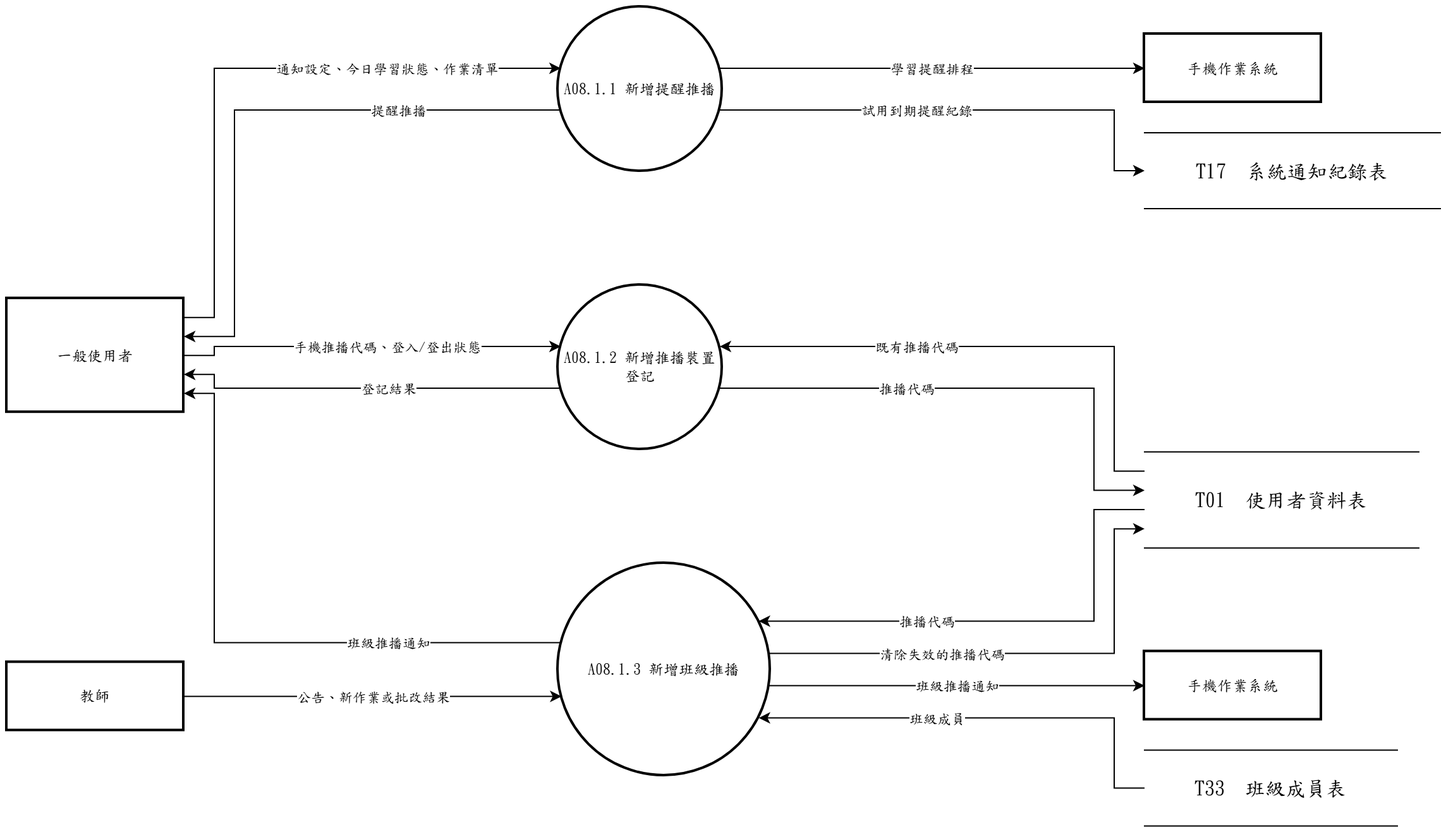
This is 系統文件/第6章/DFD圖/圖8/新/圖8.1.drawio.png from s22452007/115502, a draw.io export, as it was before one commit. Source tidied: cells renumbered, new cells last; positions are measured from the earlier drawing's top-left corner, leaving out a move shared by most shapes.
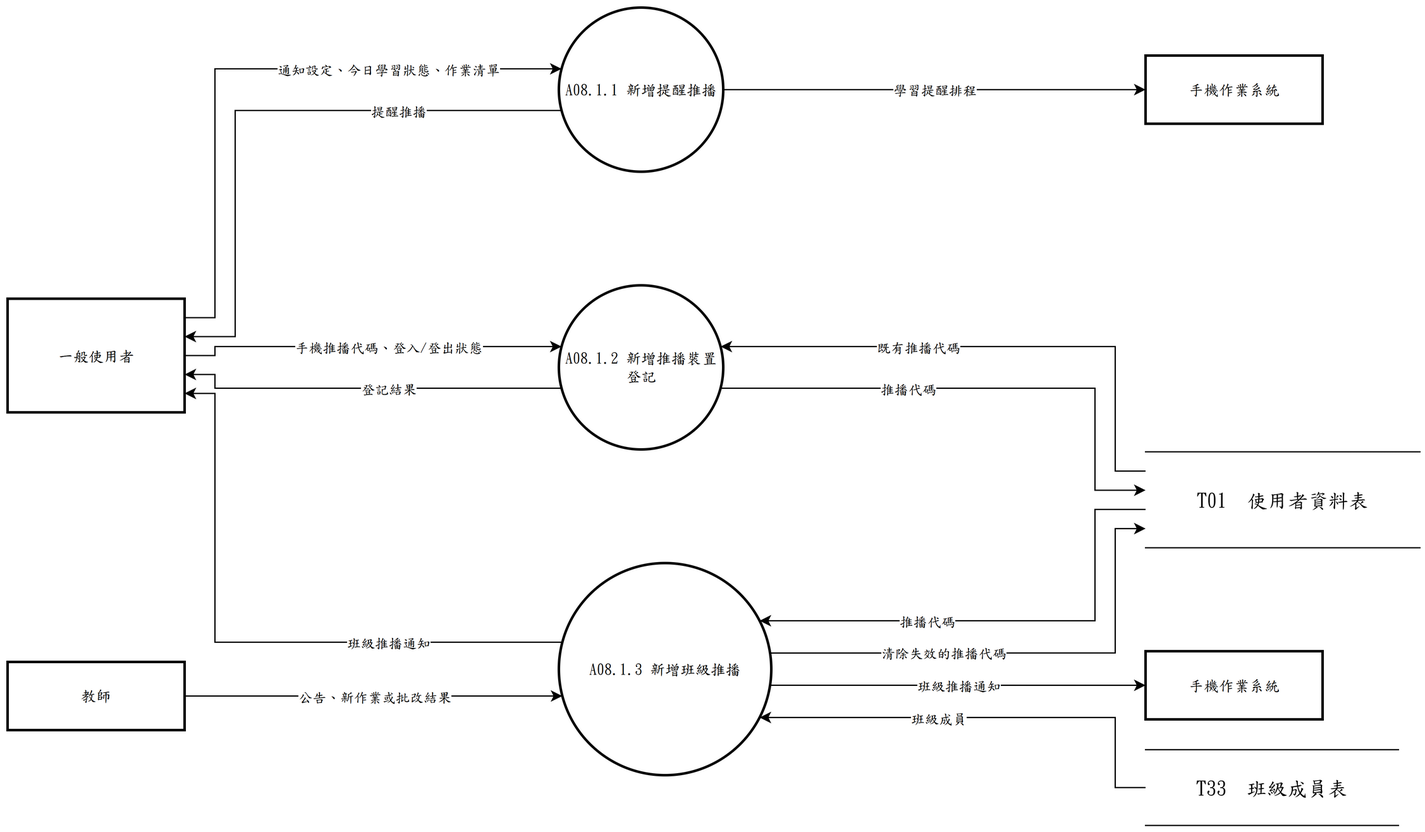
Later version of the same file.

Change to the diagram source:
```diff
@@ -18,11 +18,8 @@
       <mxGeometry y="518.3" width="140" height="54" as="geometry" />
     </mxCell>
     <mxCell id="7" value="手機作業系統" style="whiteSpace=wrap;strokeWidth=2;html=1;fontFamily=標楷體;" parent="1" vertex="1">
-      <mxGeometry x="900" y="21.5" width="140" height="54" as="geometry" />
+      <mxGeometry x="900" y="38" width="140" height="54" as="geometry" />
     </mxCell>
-    <mxCell id="8" value="T17  系統通知紀錄表" style="shape=partialRectangle;whiteSpace=wrap;html=1;left=0;right=0;fontFamily=標楷體;fontSize=16;" parent="1" vertex="1">
-      <mxGeometry x="900" y="99.5" width="234" height="60" as="geometry" />
-    </mxCell>
     <mxCell id="9" value="T01  使用者資料表" style="shape=partialRectangle;whiteSpace=wrap;html=1;left=0;right=0;fontFamily=標楷體;fontSize=16;" parent="1" vertex="1">
       <mxGeometry x="900" y="351.9" width="217" height="76" as="geometry" />
     </mxCell>
@@ -54,23 +51,12 @@
     <mxCell id="15" value="提醒推播" style="edgeLabel;html=1;align=center;verticalAlign=middle;fontFamily=標楷體;" parent="14" vertex="1">
       <mxGeometry x="-0.46" relative="1" as="geometry" />
     </mxCell>
-    <mxCell id="16" style="edgeStyle=none;rounded=0;html=1;fontFamily=標楷體;endArrow=classic;exitX=0.9837;exitY=0.3733;exitDx=0;exitDy=0;exitPerimeter=0;entryX=0.0000;entryY=0.5000;entryDx=0;entryDy=0;entryPerimeter=0;" parent="1" edge="1" source="2" target="7">
+    <mxCell id="16" style="edgeStyle=none;rounded=0;html=1;fontFamily=標楷體;endArrow=classic;exitX=1.0000;exitY=0.5000;exitDx=0;exitDy=0;exitPerimeter=0;entryX=0.0000;entryY=0.5000;entryDx=0;entryDy=0;entryPerimeter=0;" parent="1" edge="1" source="2" target="7">
       <mxGeometry relative="1" as="geometry" />
     </mxCell>
     <mxCell id="17" value="學習提醒排程" style="edgeLabel;html=1;align=center;verticalAlign=middle;fontFamily=標楷體;" parent="16" vertex="1">
       <mxGeometry relative="1" as="geometry" />
     </mxCell>
-    <mxCell id="18" style="edgeStyle=none;rounded=0;html=1;fontFamily=標楷體;endArrow=classic;exitX=0.9837;exitY=0.6267;exitDx=0;exitDy=0;exitPerimeter=0;entryX=0.0000;entryY=0.5000;entryDx=0;entryDy=0;entryPerimeter=0;" parent="1" edge="1" source="2" target="8">
-      <mxGeometry relative="1" as="geometry">
-        <Array as="points">
-          <mxPoint x="876" y="81.5" />
-          <mxPoint x="876" y="129.5" />
-        </Array>
-      </mxGeometry>
-    </mxCell>
-    <mxCell id="19" value="試用到期提醒紀錄" style="edgeLabel;html=1;align=center;verticalAlign=middle;fontFamily=標楷體;" parent="18" vertex="1">
-      <mxGeometry x="-0.19" relative="1" as="geometry" />
-    </mxCell>
     <mxCell id="20" style="edgeStyle=none;rounded=0;html=1;fontFamily=標楷體;endArrow=classic;exitX=1.0000;exitY=0.5000;exitDx=0;exitDy=0;exitPerimeter=0;entryX=0.0163;entryY=0.3733;entryDx=0;entryDy=0;entryPerimeter=0;" parent="1" edge="1" source="5" target="3">
       <mxGeometry relative="1" as="geometry">
         <Array as="points">
```
